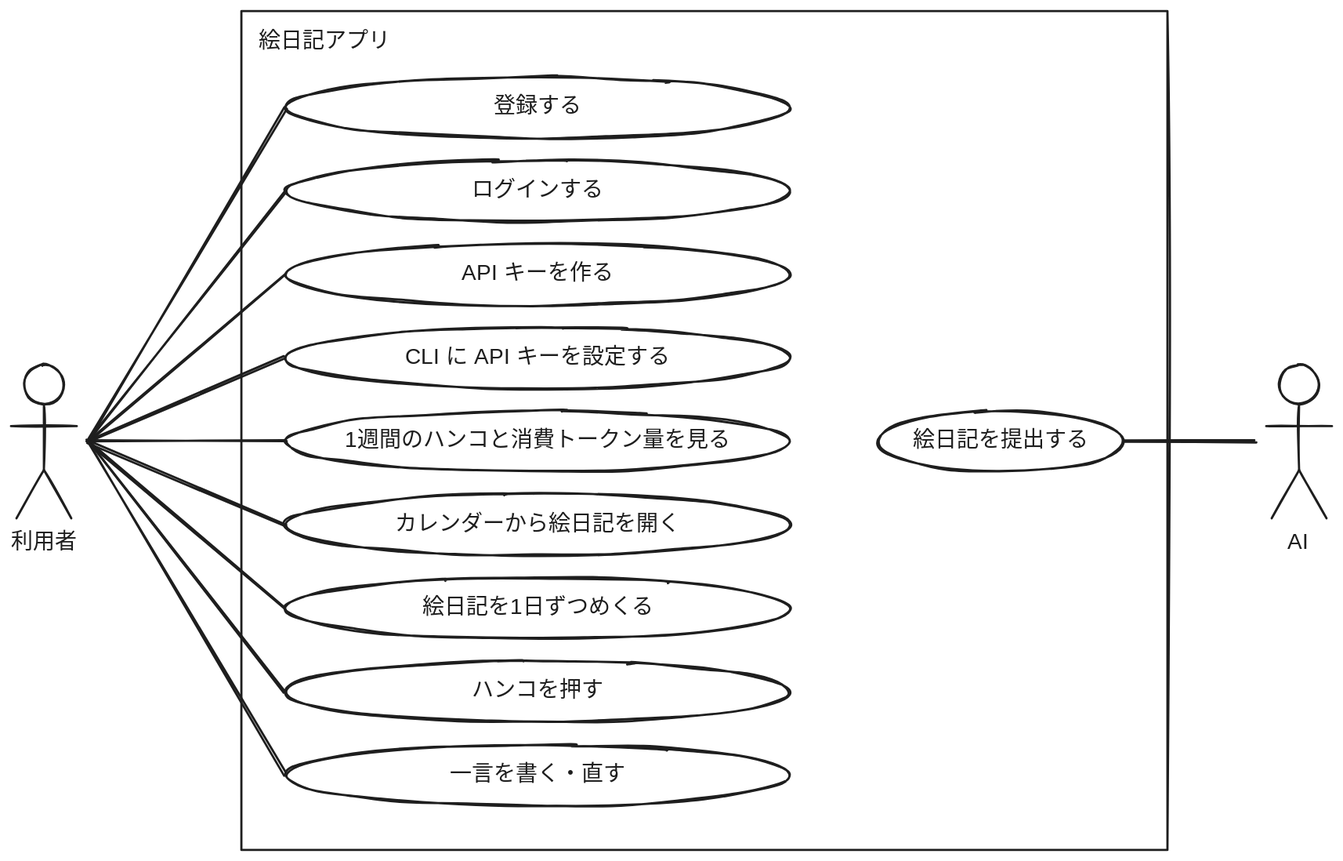
yuta-shacho/enikki-with-ai keeps this Excalidraw diagram as docs/diagrams/use-case-diagram.excalidraw.svg. Above is the earlier version. Source tidied: one line per element, renumbered; positions are measured from the earlier drawing's top-left corner, leaving out a move shared by most shapes.
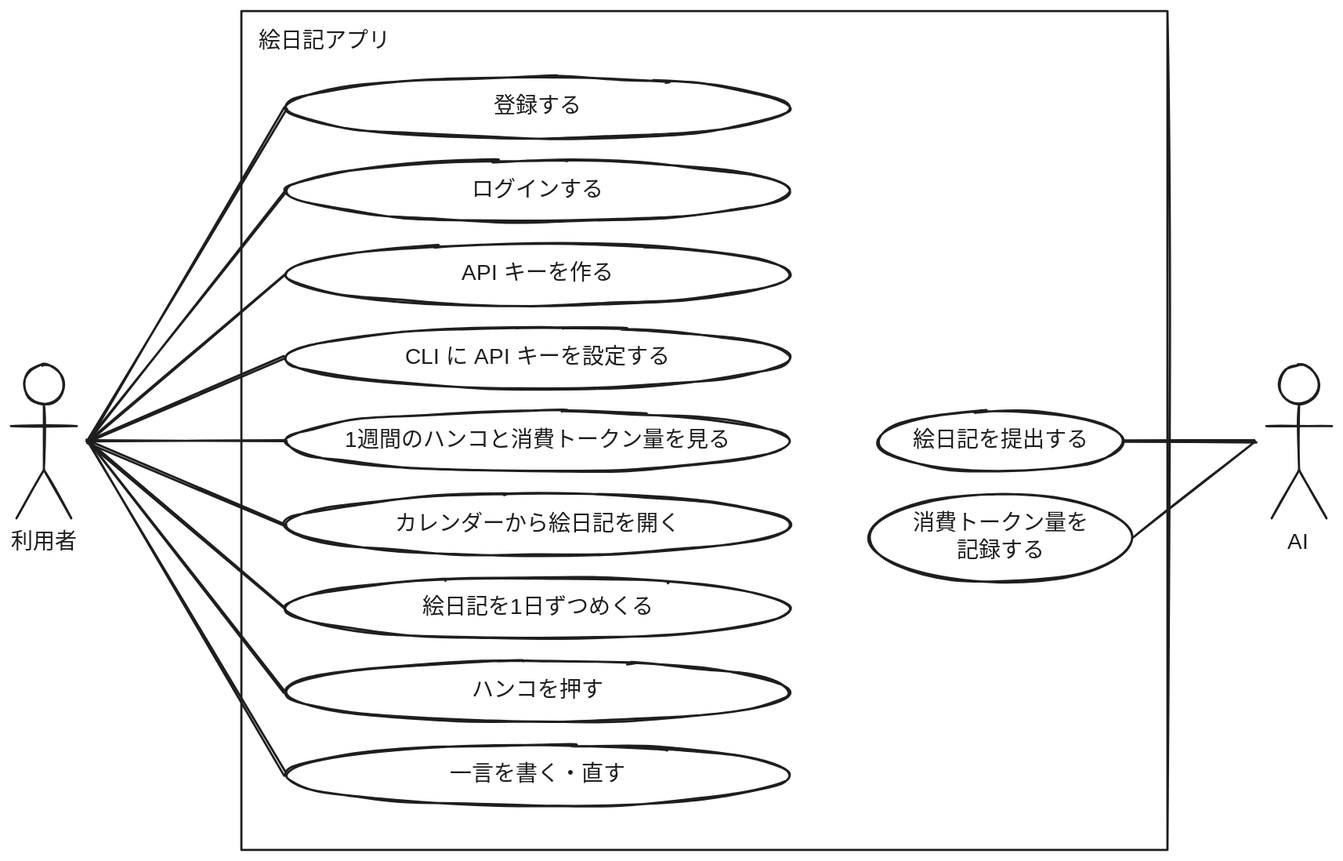
Later version of the same file.

Diff of the diagram source:
```diff
@@ -42,3 +42,6 @@
 {"id": 41, "type": "arrow", "strokeColor": "#1e1e1e", "strokeWidth": 2, "roughness": 1, "round": true, "to": 16, "x": 70, "y": 392, "width": 180, "height": 228, "points": [[0, 0], [180, 228]]}
 {"id": 42, "type": "arrow", "strokeColor": "#1e1e1e", "strokeWidth": 2, "roughness": 1, "round": true, "to": 18, "x": 70, "y": 392, "width": 180, "height": 304, "points": [[0, 0], [180, 304]]}
 {"id": 43, "type": "arrow", "strokeColor": "#1e1e1e", "strokeWidth": 2, "roughness": 1, "round": true, "to": 20, "x": 1134, "y": 392, "width": 120, "height": 0, "points": [[0, 0], [-120, 0]]}
+{"id": 44, "type": "ellipse", "strokeColor": "#1e1e1e", "strokeWidth": 2, "roughness": 1, "x": 782, "y": 440, "width": 240, "height": 80}
+{"id": 45, "type": "text", "text": "消費トークン量を\n記録する", "strokeColor": "#1e1e1e", "strokeWidth": 2, "roughness": 1, "fontSize": 20, "fontFamily": 5, "textAlign": "center", "verticalAlign": "middle", "inside": 44, "x": 822, "y": 455, "width": 160, "height": 50}
+{"id": 46, "type": "arrow", "strokeColor": "#1e1e1e", "strokeWidth": 2, "roughness": 1, "round": true, "to": 44, "x": 1134, "y": 392, "width": 112, "height": 88, "points": [[0, 0], [-112, 88]]}
```
